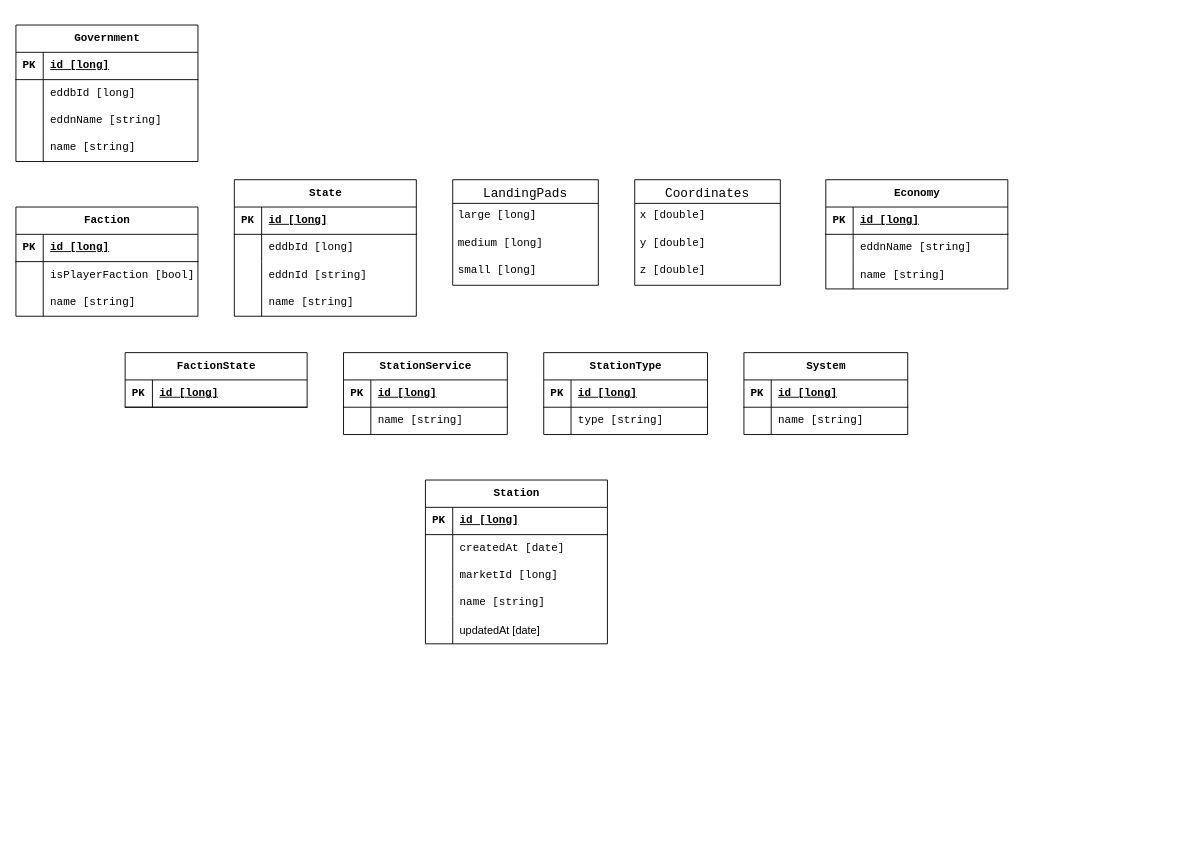
The draw.io diagram diagrams/database.drawio in ed-pilots-network/backend, before the edit. Source tidied: cells renumbered, new cells numbered last; positions are measured from the earlier drawing's top-left corner, leaving out a move shared by most shapes. Both pictures are drawn from the tidied source at 91%, with x=0, y=0 at pixel (15, 25).
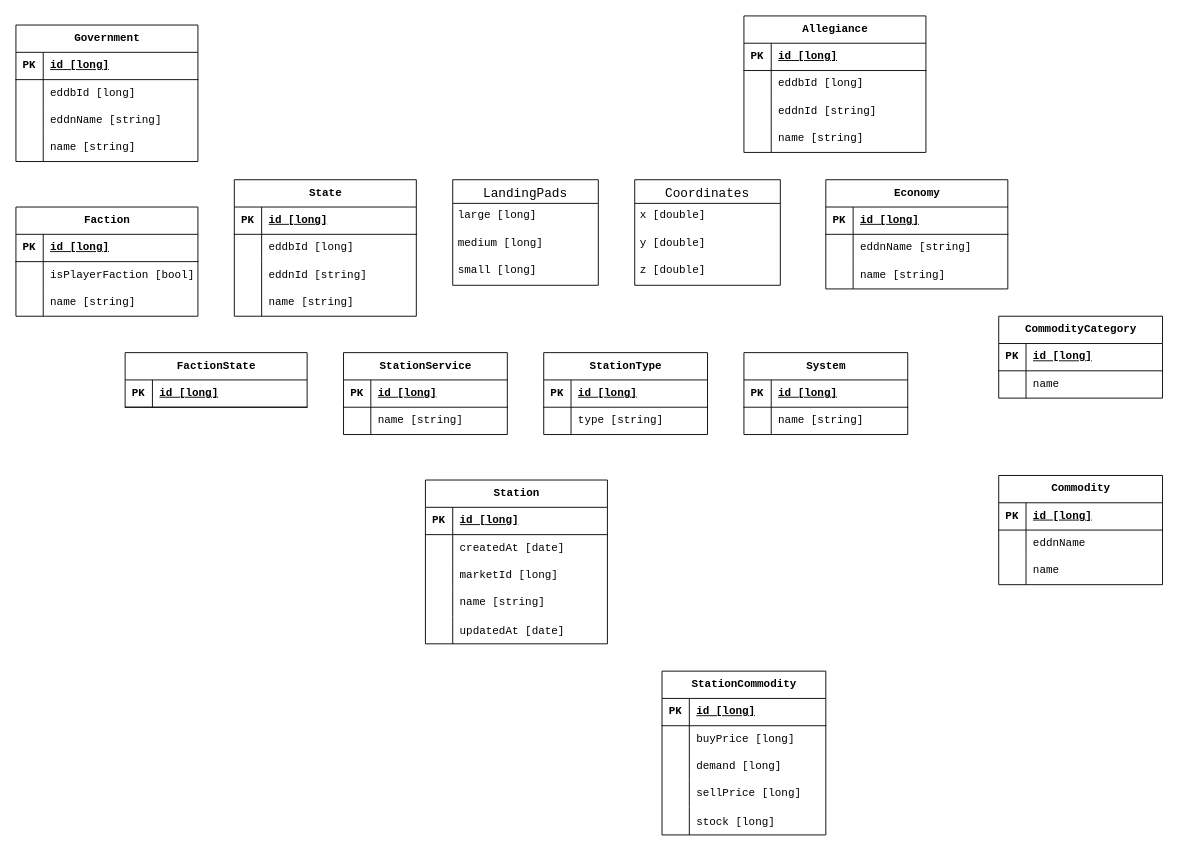
The same diagram, later.

Unchanged cells that the change refers to:
```xml
<mxCell id="81" value="Station" style="shape=table;startSize=30;childLayout=tableLayout;rowLines=0;fontStyle=1;align=center;html=1;fontFamily=Consolas;" parent="1" vertex="1">
  <mxGeometry x="450" y="500" width="200" height="180" as="geometry" />
</mxCell>
```

Diff of the diagram source:
```diff
@@
-    <mxCell id="94" style="shape=tableRow;horizontal=0;startSize=0;swimlaneHead=0;swimlaneBody=0;fillColor=none;top=0;left=0;right=0;bottom=0;" parent="81" vertex="1">
+    <mxCell id="94" style="shape=tableRow;horizontal=0;startSize=0;swimlaneHead=0;swimlaneBody=0;fillColor=none;top=0;left=0;right=0;bottom=0;fontFamily=Consolas;" parent="81" vertex="1">
       <mxGeometry y="150" width="200" height="30" as="geometry" />
     </mxCell>
-    <mxCell id="95" style="shape=partialRectangle;fillColor=none;top=0;left=0;bottom=0;right=0;overflow=hidden;" parent="94" vertex="1">
+    <mxCell id="95" style="shape=partialRectangle;fillColor=none;top=0;left=0;bottom=0;right=0;overflow=hidden;fontFamily=Consolas;" parent="94" vertex="1">
       <mxGeometry width="30" height="30" as="geometry" />
     </mxCell>
-    <mxCell id="96" value="updatedAt [date]" style="shape=partialRectangle;fillColor=none;top=0;left=0;bottom=0;right=0;align=left;spacingLeft=6;overflow=hidden;" parent="94" vertex="1">
+    <mxCell id="96" value="updatedAt [date]" style="shape=partialRectangle;fillColor=none;top=0;left=0;bottom=0;right=0;align=left;spacingLeft=6;overflow=hidden;fontFamily=Consolas;" parent="94" vertex="1">
       <mxGeometry x="30" width="170" height="30" as="geometry" />
     </mxCell>
+    <mxCell id="97" value="StationCommodity" style="shape=table;startSize=30;childLayout=tableLayout;rowLines=0;fontStyle=1;align=center;html=1;fontFamily=Consolas;" parent="1" vertex="1">
+      <mxGeometry x="710" y="710" width="180" height="180" as="geometry" />
+    </mxCell>
+    <mxCell id="98" style="shape=tableRow;horizontal=0;startSize=0;swimlaneHead=0;swimlaneBody=0;fillColor=none;top=0;left=0;right=0;bottom=1;fontFamily=Consolas;" parent="97" vertex="1">
+      <mxGeometry y="30" width="180" height="30" as="geometry" />
+    </mxCell>
+    <mxCell id="99" value="PK" style="shape=partialRectangle;fillColor=none;top=0;left=0;bottom=0;right=0;fontStyle=1;overflow=hidden;whiteSpace=wrap;html=1;fontFamily=Consolas;" parent="98" vertex="1">
+      <mxGeometry width="30" height="30" as="geometry" />
+    </mxCell>
+    <mxCell id="100" value="id [long]" style="shape=partialRectangle;fillColor=none;top=0;left=0;bottom=0;right=0;align=left;spacingLeft=6;fontStyle=5;overflow=hidden;whiteSpace=wrap;html=1;fontFamily=Consolas;" parent="98" vertex="1">
+      <mxGeometry x="30" width="150" height="30" as="geometry" />
+    </mxCell>
+    <mxCell id="101" style="shape=tableRow;horizontal=0;startSize=0;swimlaneHead=0;swimlaneBody=0;fillColor=none;top=0;left=0;right=0;bottom=0;fontFamily=Consolas;" parent="97" vertex="1">
+      <mxGeometry y="60" width="180" height="30" as="geometry" />
+    </mxCell>
+    <mxCell id="102" style="shape=partialRectangle;fillColor=none;top=0;left=0;bottom=0;right=0;overflow=hidden;whiteSpace=wrap;html=1;fontFamily=Consolas;" parent="101" vertex="1">
+      <mxGeometry width="30" height="30" as="geometry" />
+    </mxCell>
+    <mxCell id="103" value="buyPrice [long]" style="shape=partialRectangle;fillColor=none;top=0;left=0;bottom=0;right=0;align=left;spacingLeft=6;overflow=hidden;whiteSpace=wrap;html=1;fontFamily=Consolas;" parent="101" vertex="1">
+      <mxGeometry x="30" width="150" height="30" as="geometry" />
+    </mxCell>
+    <mxCell id="104" style="shape=tableRow;horizontal=0;startSize=0;swimlaneHead=0;swimlaneBody=0;fillColor=none;top=0;left=0;right=0;bottom=0;fontFamily=Consolas;" parent="97" vertex="1">
+      <mxGeometry y="90" width="180" height="30" as="geometry" />
+    </mxCell>
+    <mxCell id="105" style="shape=partialRectangle;fillColor=none;top=0;left=0;bottom=0;right=0;overflow=hidden;whiteSpace=wrap;html=1;fontFamily=Consolas;" parent="104" vertex="1">
+      <mxGeometry width="30" height="30" as="geometry" />
+    </mxCell>
+    <mxCell id="106" value="demand [long]" style="shape=partialRectangle;fillColor=none;top=0;left=0;bottom=0;right=0;align=left;spacingLeft=6;overflow=hidden;whiteSpace=wrap;html=1;fontFamily=Consolas;" parent="104" vertex="1">
+      <mxGeometry x="30" width="150" height="30" as="geometry" />
+    </mxCell>
+    <mxCell id="107" style="shape=tableRow;horizontal=0;startSize=0;swimlaneHead=0;swimlaneBody=0;fillColor=none;top=0;left=0;right=0;bottom=0;fontFamily=Consolas;" parent="97" vertex="1">
+      <mxGeometry y="120" width="180" height="30" as="geometry" />
+    </mxCell>
+    <mxCell id="108" style="shape=partialRectangle;fillColor=none;top=0;left=0;bottom=0;right=0;overflow=hidden;whiteSpace=wrap;html=1;fontFamily=Consolas;" parent="107" vertex="1">
+      <mxGeometry width="30" height="30" as="geometry" />
+    </mxCell>
+    <mxCell id="109" value="sellPrice [long]" style="shape=partialRectangle;fillColor=none;top=0;left=0;bottom=0;right=0;align=left;spacingLeft=6;overflow=hidden;whiteSpace=wrap;html=1;fontFamily=Consolas;" parent="107" vertex="1">
+      <mxGeometry x="30" width="150" height="30" as="geometry" />
+    </mxCell>
+    <mxCell id="110" style="shape=tableRow;horizontal=0;startSize=0;swimlaneHead=0;swimlaneBody=0;fillColor=none;top=0;left=0;right=0;bottom=0;fontFamily=Consolas;" parent="97" vertex="1">
+      <mxGeometry y="150" width="180" height="30" as="geometry" />
+    </mxCell>
+    <mxCell id="111" style="shape=partialRectangle;fillColor=none;top=0;left=0;bottom=0;right=0;overflow=hidden;fontFamily=Consolas;" parent="110" vertex="1">
+      <mxGeometry width="30" height="30" as="geometry" />
+    </mxCell>
+    <mxCell id="112" value="stock [long]" style="shape=partialRectangle;fillColor=none;top=0;left=0;bottom=0;right=0;align=left;spacingLeft=6;overflow=hidden;fontFamily=Consolas;" parent="110" vertex="1">
+      <mxGeometry x="30" width="150" height="30" as="geometry" />
+    </mxCell>
+    <mxCell id="113" value="Commodity" style="shape=table;startSize=30;childLayout=tableLayout;rowLines=0;fontStyle=1;align=center;html=1;fontFamily=Consolas;" parent="1" vertex="1">
+      <mxGeometry x="1080" y="495" width="180" height="120" as="geometry" />
+    </mxCell>
+    <mxCell id="114" style="shape=tableRow;horizontal=0;startSize=0;swimlaneHead=0;swimlaneBody=0;fillColor=none;top=0;left=0;right=0;bottom=1;fontFamily=Consolas;" parent="113" vertex="1">
+      <mxGeometry y="30" width="180" height="30" as="geometry" />
+    </mxCell>
+    <mxCell id="115" value="PK" style="shape=partialRectangle;fillColor=none;top=0;left=0;bottom=0;right=0;fontStyle=1;overflow=hidden;whiteSpace=wrap;html=1;fontFamily=Consolas;" parent="114" vertex="1">
+      <mxGeometry width="30" height="30" as="geometry" />
+    </mxCell>
+    <mxCell id="116" value="id [long]" style="shape=partialRectangle;fillColor=none;top=0;left=0;bottom=0;right=0;align=left;spacingLeft=6;fontStyle=5;overflow=hidden;whiteSpace=wrap;html=1;fontFamily=Consolas;" parent="114" vertex="1">
+      <mxGeometry x="30" width="150" height="30" as="geometry" />
+    </mxCell>
+    <mxCell id="117" style="shape=tableRow;horizontal=0;startSize=0;swimlaneHead=0;swimlaneBody=0;fillColor=none;top=0;left=0;right=0;bottom=0;fontFamily=Consolas;" parent="113" vertex="1">
+      <mxGeometry y="60" width="180" height="30" as="geometry" />
+    </mxCell>
+    <mxCell id="118" style="shape=partialRectangle;fillColor=none;top=0;left=0;bottom=0;right=0;overflow=hidden;whiteSpace=wrap;html=1;fontFamily=Consolas;" parent="117" vertex="1">
+      <mxGeometry width="30" height="30" as="geometry" />
+    </mxCell>
+    <mxCell id="119" value="eddnName" style="shape=partialRectangle;fillColor=none;top=0;left=0;bottom=0;right=0;align=left;spacingLeft=6;overflow=hidden;whiteSpace=wrap;html=1;fontFamily=Consolas;" parent="117" vertex="1">
+      <mxGeometry x="30" width="150" height="30" as="geometry" />
+    </mxCell>
+    <mxCell id="120" style="shape=tableRow;horizontal=0;startSize=0;swimlaneHead=0;swimlaneBody=0;fillColor=none;top=0;left=0;right=0;bottom=0;fontFamily=Consolas;" parent="113" vertex="1">
+      <mxGeometry y="90" width="180" height="30" as="geometry" />
+    </mxCell>
+    <mxCell id="121" style="shape=partialRectangle;fillColor=none;top=0;left=0;bottom=0;right=0;overflow=hidden;whiteSpace=wrap;html=1;fontFamily=Consolas;" parent="120" vertex="1">
+      <mxGeometry width="30" height="30" as="geometry" />
+    </mxCell>
+    <mxCell id="122" value="name" style="shape=partialRectangle;fillColor=none;top=0;left=0;bottom=0;right=0;align=left;spacingLeft=6;overflow=hidden;whiteSpace=wrap;html=1;fontFamily=Consolas;" parent="120" vertex="1">
+      <mxGeometry x="30" width="150" height="30" as="geometry" />
+    </mxCell>
+    <mxCell id="123" value="CommodityCategory" style="shape=table;startSize=30;childLayout=tableLayout;rowLines=0;fontStyle=1;align=center;html=1;fontFamily=Consolas;" parent="1" vertex="1">
+      <mxGeometry x="1080" y="320" width="180" height="90" as="geometry" />
+    </mxCell>
+    <mxCell id="124" style="shape=tableRow;horizontal=0;startSize=0;swimlaneHead=0;swimlaneBody=0;fillColor=none;top=0;left=0;right=0;bottom=1;fontFamily=Consolas;" parent="123" vertex="1">
+      <mxGeometry y="30" width="180" height="30" as="geometry" />
+    </mxCell>
+    <mxCell id="125" value="PK" style="shape=partialRectangle;fillColor=none;top=0;left=0;bottom=0;right=0;fontStyle=1;overflow=hidden;whiteSpace=wrap;html=1;fontFamily=Consolas;" parent="124" vertex="1">
+      <mxGeometry width="30" height="30" as="geometry" />
+    </mxCell>
+    <mxCell id="126" value="id [long]" style="shape=partialRectangle;fillColor=none;top=0;left=0;bottom=0;right=0;align=left;spacingLeft=6;fontStyle=5;overflow=hidden;whiteSpace=wrap;html=1;fontFamily=Consolas;" parent="124" vertex="1">
+      <mxGeometry x="30" width="150" height="30" as="geometry" />
+    </mxCell>
+    <mxCell id="127" style="shape=tableRow;horizontal=0;startSize=0;swimlaneHead=0;swimlaneBody=0;fillColor=none;top=0;left=0;right=0;bottom=0;fontFamily=Consolas;" parent="123" vertex="1">
+      <mxGeometry y="60" width="180" height="30" as="geometry" />
+    </mxCell>
+    <mxCell id="128" style="shape=partialRectangle;fillColor=none;top=0;left=0;bottom=0;right=0;overflow=hidden;whiteSpace=wrap;html=1;fontFamily=Consolas;" parent="127" vertex="1">
+      <mxGeometry width="30" height="30" as="geometry" />
+    </mxCell>
+    <mxCell id="129" value="name" style="shape=partialRectangle;fillColor=none;top=0;left=0;bottom=0;right=0;align=left;spacingLeft=6;overflow=hidden;whiteSpace=wrap;html=1;fontFamily=Consolas;" parent="127" vertex="1">
+      <mxGeometry x="30" width="150" height="30" as="geometry" />
+    </mxCell>
+    <mxCell id="130" value="Allegiance" style="shape=table;startSize=30;childLayout=tableLayout;rowLines=0;fontStyle=1;align=center;html=1;fontFamily=Consolas;" parent="1" vertex="1">
+      <mxGeometry x="800" y="-10" width="200" height="150" as="geometry" />
+    </mxCell>
+    <mxCell id="131" style="shape=tableRow;horizontal=0;startSize=0;swimlaneHead=0;swimlaneBody=0;fillColor=none;top=0;left=0;right=0;bottom=1;fontFamily=Consolas;" parent="130" vertex="1">
+      <mxGeometry y="30" width="200" height="30" as="geometry" />
+    </mxCell>
+    <mxCell id="132" value="PK" style="shape=partialRectangle;fillColor=none;top=0;left=0;bottom=0;right=0;fontStyle=1;overflow=hidden;whiteSpace=wrap;html=1;fontFamily=Consolas;" parent="131" vertex="1">
+      <mxGeometry width="30" height="30" as="geometry" />
+    </mxCell>
+    <mxCell id="133" value="id [long]" style="shape=partialRectangle;fillColor=none;top=0;left=0;bottom=0;right=0;align=left;spacingLeft=6;fontStyle=5;overflow=hidden;whiteSpace=wrap;html=1;fontFamily=Consolas;" parent="131" vertex="1">
+      <mxGeometry x="30" width="170" height="30" as="geometry" />
+    </mxCell>
+    <mxCell id="134" style="shape=tableRow;horizontal=0;startSize=0;swimlaneHead=0;swimlaneBody=0;fillColor=none;top=0;left=0;right=0;bottom=0;fontFamily=Consolas;" parent="130" vertex="1">
+      <mxGeometry y="60" width="200" height="30" as="geometry" />
+    </mxCell>
+    <mxCell id="135" style="shape=partialRectangle;fillColor=none;top=0;left=0;bottom=0;right=0;overflow=hidden;whiteSpace=wrap;html=1;fontFamily=Consolas;" parent="134" vertex="1">
+      <mxGeometry width="30" height="30" as="geometry" />
+    </mxCell>
+    <mxCell id="136" value="eddbId [long]" style="shape=partialRectangle;fillColor=none;top=0;left=0;bottom=0;right=0;align=left;spacingLeft=6;overflow=hidden;whiteSpace=wrap;html=1;fontFamily=Consolas;" parent="134" vertex="1">
+      <mxGeometry x="30" width="170" height="30" as="geometry" />
+    </mxCell>
+    <mxCell id="137" style="shape=tableRow;horizontal=0;startSize=0;swimlaneHead=0;swimlaneBody=0;fillColor=none;top=0;left=0;right=0;bottom=0;fontFamily=Consolas;" parent="130" vertex="1">
+      <mxGeometry y="90" width="200" height="30" as="geometry" />
+    </mxCell>
+    <mxCell id="138" style="shape=partialRectangle;fillColor=none;top=0;left=0;bottom=0;right=0;overflow=hidden;whiteSpace=wrap;html=1;fontFamily=Consolas;" parent="137" vertex="1">
+      <mxGeometry width="30" height="30" as="geometry" />
+    </mxCell>
+    <mxCell id="139" value="eddnId [string]" style="shape=partialRectangle;fillColor=none;top=0;left=0;bottom=0;right=0;align=left;spacingLeft=6;overflow=hidden;whiteSpace=wrap;html=1;fontFamily=Consolas;" parent="137" vertex="1">
+      <mxGeometry x="30" width="170" height="30" as="geometry" />
+    </mxCell>
+    <mxCell id="140" style="shape=tableRow;horizontal=0;startSize=0;swimlaneHead=0;swimlaneBody=0;fillColor=none;top=0;left=0;right=0;bottom=0;fontFamily=Consolas;" parent="130" vertex="1">
+      <mxGeometry y="120" width="200" height="30" as="geometry" />
+    </mxCell>
+    <mxCell id="141" style="shape=partialRectangle;fillColor=none;top=0;left=0;bottom=0;right=0;overflow=hidden;whiteSpace=wrap;html=1;fontFamily=Consolas;" parent="140" vertex="1">
+      <mxGeometry width="30" height="30" as="geometry" />
+    </mxCell>
+    <mxCell id="142" value="name [string]" style="shape=partialRectangle;fillColor=none;top=0;left=0;bottom=0;right=0;align=left;spacingLeft=6;overflow=hidden;whiteSpace=wrap;html=1;fontFamily=Consolas;" parent="140" vertex="1">
+      <mxGeometry x="30" width="170" height="30" as="geometry" />
+    </mxCell>
```
